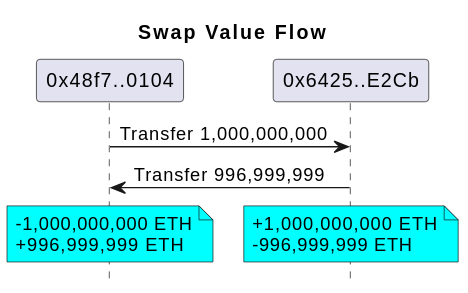
Earlier version of the PlantUML export docs/sepolia/SwapValueFlow.svg (primus-labs/offchain-data-hooks). The source it was exported from:
```plantuml
@startuml
title "Swap Value Flow"
hide footbox

participant "0x48f7..0104" as 48f70104
participant "0x6425..E2Cb" as 6425e2cb

48f70104 -> 6425e2cb: Transfer 1,000,000,000
6425e2cb -> 48f70104: Transfer 996,999,999


note over 48f70104 #aqua
-1,000,000,000 ETH
+996,999,999 ETH
end note

/ note over 6425e2cb #aqua
+1,000,000,000 ETH
-996,999,999 ETH
end note
@enduml
```
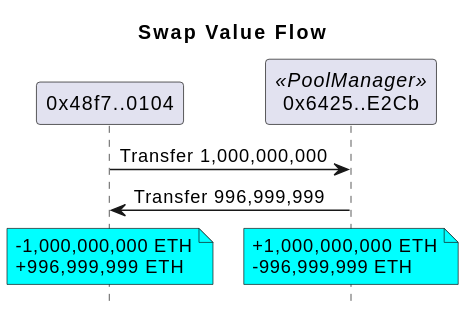
After the change.

Diff of the diagram source:
```diff
@@ -3,7 +3,7 @@
 hide footbox
 
 participant "0x48f7..0104" as 48f70104
-participant "0x6425..E2Cb" as 6425e2cb
+participant "0x6425..E2Cb" as 6425e2cb <<PoolManager>>
 
 48f70104 -> 6425e2cb: Transfer 1,000,000,000
 6425e2cb -> 48f70104: Transfer 996,999,999
```
